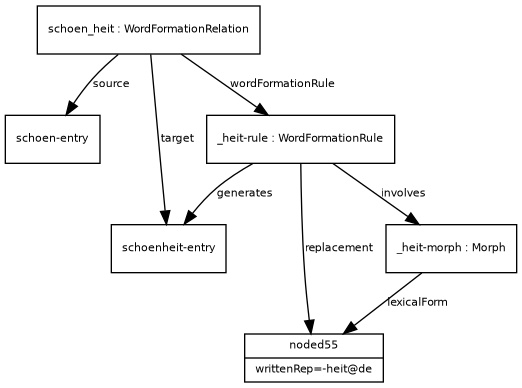
Above: examples/example_19.png in ontolex/morph (Graphviz), before the change. Its source is kept beside it as examples/example_19.dot.
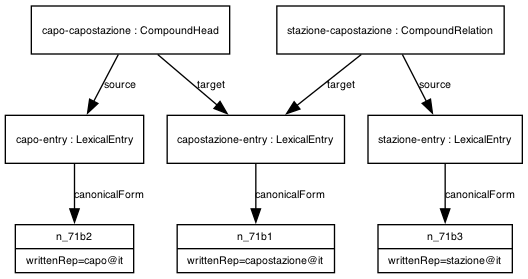
Above is the later version.

Diff of the diagram source:
```diff
@@ -13,18 +13,19 @@
       fontsize = 8
     ]
 
-schoenentry [ label="{schoen-entry}" ]
-schoen_heit -> schoenentry [ label="source" ]
-schoenheitentry [ label="{schoenheit-entry}" ]
-schoen_heit -> schoenheitentry [ label="target" ]
-noded55 [ label="{noded55|source=$\ltarget=heit}" ]
-_heitrule -> noded55 [ label="replacement" ]
-noded55 [ label="{noded55|writtenRep=-heit@de}" ]
-_heitmorph -> noded55 [ label="lexicalForm" ]
-_heitmorph [ label="{_heit-morph : Morph}" ]
-_heitrule -> _heitmorph [ label="involves" ]
-_heitrule -> schoenheitentry [ label="generates" ]
-_heitrule [ label="{_heit-rule : WordFormationRule}" ]
-schoen_heit -> _heitrule [ label="wordFormationRule" ]
-schoen_heit [ label="{schoen_heit : WordFormationRelation}" ]
+n_71b2 [ label="{n_71b2|writtenRep=capo@it}" ]
+capoentry -> n_71b2 [ label="canonicalForm" ]
+capoentry [ label="{capo-entry : LexicalEntry}" ]
+capocapostazione -> capoentry [ label="source" ]
+n_71b1 [ label="{n_71b1|writtenRep=capostazione@it}" ]
+capostazioneentry -> n_71b1 [ label="canonicalForm" ]
+capostazioneentry [ label="{capostazione-entry : LexicalEntry}" ]
+capocapostazione -> capostazioneentry [ label="target" ]
+capocapostazione [ label="{capo-capostazione : CompoundHead}" ]
+n_71b3 [ label="{n_71b3|writtenRep=stazione@it}" ]
+stazioneentry -> n_71b3 [ label="canonicalForm" ]
+stazioneentry [ label="{stazione-entry : LexicalEntry}" ]
+stazionecapostazione -> stazioneentry [ label="source" ]
+stazionecapostazione -> capostazioneentry [ label="target" ]
+stazionecapostazione [ label="{stazione-capostazione : CompoundRelation}" ]
 }
```
